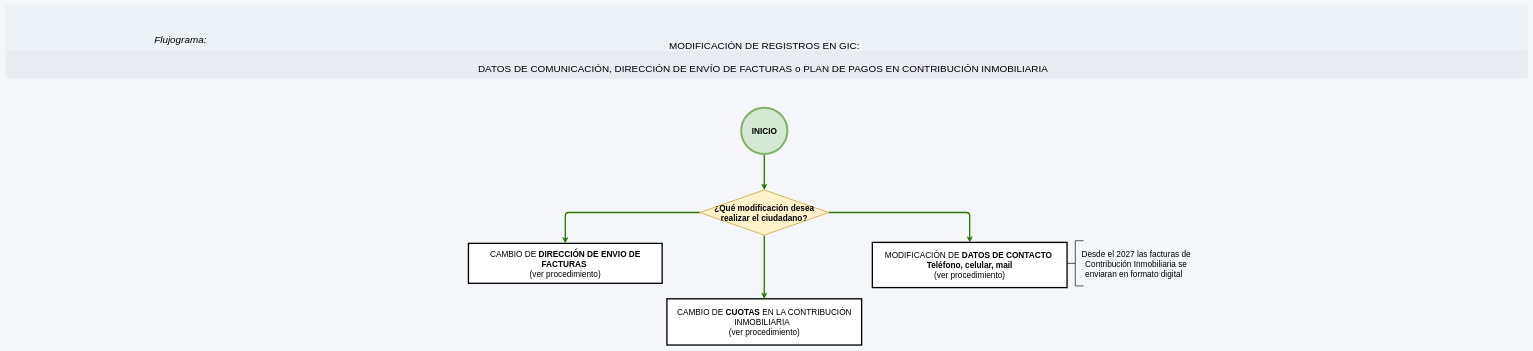
Before: page "Modificación de registros en GIC" (1 of 4) of Modificacion_registros_GIC/Modificacion_registros_GIC.drawio in adlc20/Manual_de_procedimientos_ccz9, a draw.io diagram. Source tidied: cells renumbered, new cells numbered last; positions are measured from the earlier drawing's top-left corner, leaving out a move shared by most shapes. Both pictures are drawn from the tidied source at 33%, with x=0, y=0 at pixel (6, 6).
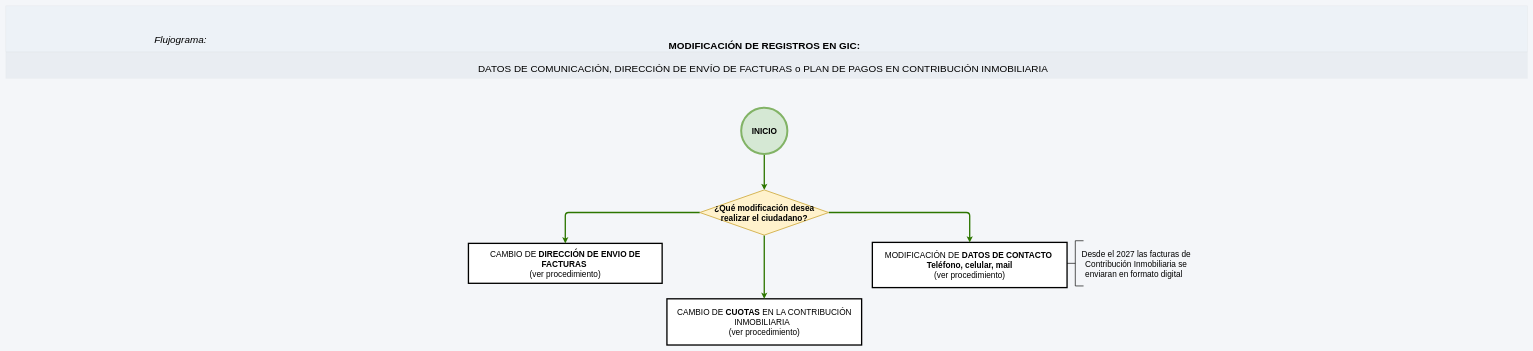
After the change.

What changed in the source:
```diff
@@
 <mxGraphModel background="light-dark(#F4F6F9,#121212)">
   <root>
     <mxCell id="0" />
     <mxCell id="1" parent="0" />
     <mxCell id="2" style="verticalLabelPosition=bottom;verticalAlign=middle;html=1;shape=mxgraph.basic.patternFillRect;step=5;fillStrokeWidth=0.2;fillStrokeColor=#dddddd;fillColor=#EDF2F7;strokeWidth=0;dashed=1;dashPattern=1 4;rounded=1;align=center;fontFamily=Helvetica;fontSize=12;fontColor=#2D3748;" parent="1" vertex="1">
       <mxGeometry width="4611" height="140" as="geometry" />
     </mxCell>
     <mxCell id="3" style="verticalLabelPosition=bottom;verticalAlign=top;html=1;shape=mxgraph.basic.patternFillRect;fillStyle=auto;step=5;fillStrokeWidth=0.2;fillStrokeColor=#dddddd;fillColor=#E0E5EB;strokeWidth=0;opacity=50;fontColor=#ffffff;shadow=0;comic=0;align=center;fontFamily=Helvetica;fontSize=12;gradientColor=none;" parent="1" vertex="1">
       <mxGeometry y="140" width="4611" height="80" as="geometry" />
     </mxCell>
     <mxCell id="4" value="&lt;font style=&quot;font-size: 30px;&quot;&gt;&lt;i&gt;Flujograma:&amp;nbsp;&lt;/i&gt;&lt;/font&gt;" style="text;html=1;whiteSpace=wrap;strokeColor=none;fillColor=none;align=center;verticalAlign=middle;rounded=0;" parent="1" vertex="1">
       <mxGeometry x="381" y="80" width="305" height="44" as="geometry" />
     </mxCell>
-    <mxCell id="5" value="&lt;font style=&quot;font-size: 30px;&quot;&gt;MODIFICACIÓN DE REGISTROS EN GIC:&lt;/font&gt;&lt;div&gt;&lt;font style=&quot;font-size: 30px;&quot;&gt;&lt;br&gt;&lt;/font&gt;&lt;div&gt;&lt;font style=&quot;font-size: 30px;&quot;&gt;&lt;span style=&quot;background-color: transparent; color: light-dark(rgb(0, 0, 0), rgb(255, 255, 255));&quot;&gt;DATOS DE COMUNICACIÓN,&amp;nbsp;&lt;/span&gt;DIRECCIÓN DE ENVÍO DE FACTURAS o PLAN DE PAGOS EN CONTRIBUCIÓN INMOBILIARIA&amp;nbsp;&lt;/font&gt;&lt;/div&gt;&lt;/div&gt;" style="text;html=1;whiteSpace=wrap;strokeColor=none;fillColor=none;align=center;verticalAlign=top;rounded=0;" parent="1" vertex="1">
+    <mxCell id="5" value="&lt;font style=&quot;font-size: 30px;&quot;&gt;&lt;b&gt;MODIFICACIÓN DE REGISTROS EN GIC:&lt;/b&gt;&lt;/font&gt;&lt;div&gt;&lt;font style=&quot;font-size: 30px;&quot;&gt;&lt;br&gt;&lt;/font&gt;&lt;div&gt;&lt;font style=&quot;font-size: 30px;&quot;&gt;&lt;span style=&quot;background-color: transparent; color: light-dark(rgb(0, 0, 0), rgb(255, 255, 255));&quot;&gt;DATOS DE COMUNICACIÓN,&amp;nbsp;&lt;/span&gt;DIRECCIÓN DE ENVÍO DE FACTURAS o PLAN DE PAGOS EN CONTRIBUCIÓN INMOBILIARIA&amp;nbsp;&lt;/font&gt;&lt;/div&gt;&lt;/div&gt;" style="text;html=1;whiteSpace=wrap;strokeColor=none;fillColor=none;align=center;verticalAlign=top;rounded=0;" parent="1" vertex="1">
       <mxGeometry x="1356.5" y="95" width="1884.1" height="100" as="geometry" />
     </mxCell>
     <mxCell id="6" value="&lt;font style=&quot;font-size: 25px;&quot;&gt;CAMBIO DE &lt;b&gt;DIRECCIÓN DE ENVIO DE FACTURAS&lt;/b&gt;&amp;nbsp;&lt;/font&gt;&lt;div&gt;&lt;font style=&quot;font-size: 25px;&quot;&gt;(ver procedimiento)&lt;/font&gt;&lt;/div&gt;" style="rounded=0;whiteSpace=wrap;html=1;strokeWidth=4;" parent="1" vertex="1">
       <mxGeometry x="1402" y="720" width="587" height="121" as="geometry" />
     </mxCell>
     <mxCell id="7" value="&lt;span style=&quot;font-size: 25px;&quot;&gt;CAMBIO DE&lt;b&gt; CUOTAS&lt;/b&gt; EN LA CONTRIBUCIÓN INMOBILIARIA&amp;nbsp;&amp;nbsp;&lt;/span&gt;&lt;div&gt;&lt;div&gt;&lt;span style=&quot;font-size: 25px;&quot;&gt;(ver procedimiento)&lt;/span&gt;&lt;/div&gt;&lt;/div&gt;" style="rounded=0;whiteSpace=wrap;html=1;strokeWidth=4;" parent="1" vertex="1">
       <mxGeometry x="2003.5" y="888" width="590" height="140" as="geometry" />
     </mxCell>
     <mxCell id="8" value="&lt;span style=&quot;font-size: 25px;&quot;&gt;MODIFICACIÓN DE &lt;b&gt;DATOS DE CONTACTO&amp;nbsp;&lt;/b&gt;&lt;/span&gt;&lt;div&gt;&lt;span style=&quot;font-size: 25px;&quot;&gt;&lt;b&gt;Teléfono, celular, mail&lt;br&gt;&lt;/b&gt;&lt;/span&gt;&lt;div&gt;&lt;span style=&quot;font-size: 25px;&quot;&gt;(ver procedimiento)&lt;/span&gt;&lt;/div&gt;&lt;/div&gt;" style="rounded=0;whiteSpace=wrap;html=1;strokeWidth=4;" parent="1" vertex="1">
       <mxGeometry x="2626" y="717" width="590" height="137" as="geometry" />
     </mxCell>
     <mxCell id="9" style="edgeStyle=orthogonalEdgeStyle;rounded=0;jettySize=auto;html=1;exitX=0.5;exitY=1;exitDx=0;exitDy=0;fillColor=#60a917;strokeColor=#2D7600;strokeWidth=4;entryX=0.5;entryY=0;entryDx=0;entryDy=0;" parent="1" edge="1" source="10" target="14">
       <mxGeometry x="-0.39" relative="1" as="geometry" />
     </mxCell>
     <mxCell id="10" value="&lt;font&gt;&lt;b&gt;INICIO&lt;/b&gt;&lt;/font&gt;" style="ellipse;whiteSpace=wrap;html=1;fillColor=#D5E8D4;strokeColor=#82b366;strokeWidth=6;gradientColor=none;fontSize=25;" parent="1" vertex="1">
       <mxGeometry x="2228.5" y="309" width="140" height="140" as="geometry" />
     </mxCell>
     <mxCell id="11" style="edgeStyle=orthogonalEdgeStyle;rounded=1;jettySize=auto;html=1;exitX=0;exitY=0.5;exitDx=0;exitDy=0;entryX=0.5;entryY=0;entryDx=0;entryDy=0;fillColor=#60a917;strokeColor=#2D7600;strokeWidth=4;curved=0;" parent="1" edge="1" source="14" target="6">
       <mxGeometry relative="1" as="geometry" />
     </mxCell>
     <mxCell id="12" style="edgeStyle=orthogonalEdgeStyle;rounded=0;jettySize=auto;html=1;exitX=0.5;exitY=1;exitDx=0;exitDy=0;fillColor=#60a917;strokeColor=#2D7600;strokeWidth=4;" parent="1" edge="1" source="14" target="7">
       <mxGeometry relative="1" as="geometry" />
     </mxCell>
     <mxCell id="13" style="edgeStyle=orthogonalEdgeStyle;rounded=1;jettySize=auto;html=1;fillColor=#60a917;strokeColor=#2D7600;strokeWidth=4;curved=0;exitX=1;exitY=0.5;exitDx=0;exitDy=0;" parent="1" edge="1" source="14" target="8">
       <mxGeometry relative="1" as="geometry" />
     </mxCell>
     <mxCell id="14" value="&lt;font&gt;&lt;b&gt;¿Qué modificación desea realizar el ciudadano?&lt;/b&gt;&lt;/font&gt;" style="rhombus;whiteSpace=wrap;html=1;fillColor=#fff2cc;strokeColor=#d6b656;fontSize=25;strokeWidth=3;" parent="1" vertex="1">
       <mxGeometry x="2103.2" y="558" width="390.5" height="137" as="geometry" />
     </mxCell>
     <mxCell id="15" style="strokeWidth=2;html=1;shape=mxgraph.flowchart.annotation_2;align=left;labelPosition=right;" parent="1" vertex="1">
       <mxGeometry x="3216" y="712" width="50" height="137" as="geometry" />
     </mxCell>
     <mxCell id="16" value="&lt;font style=&quot;font-size: 25px;&quot;&gt;Desde el 2027 las facturas de Contribución Inmobiliaria se enviaran en formato digital&amp;nbsp;&amp;nbsp;&lt;/font&gt;" style="text;html=1;whiteSpace=wrap;strokeColor=none;fillColor=none;align=center;verticalAlign=middle;rounded=0;" parent="1" vertex="1">
       <mxGeometry x="3244" y="716" width="363" height="129" as="geometry" />
     </mxCell>
   </root>
 </mxGraphModel>
```
